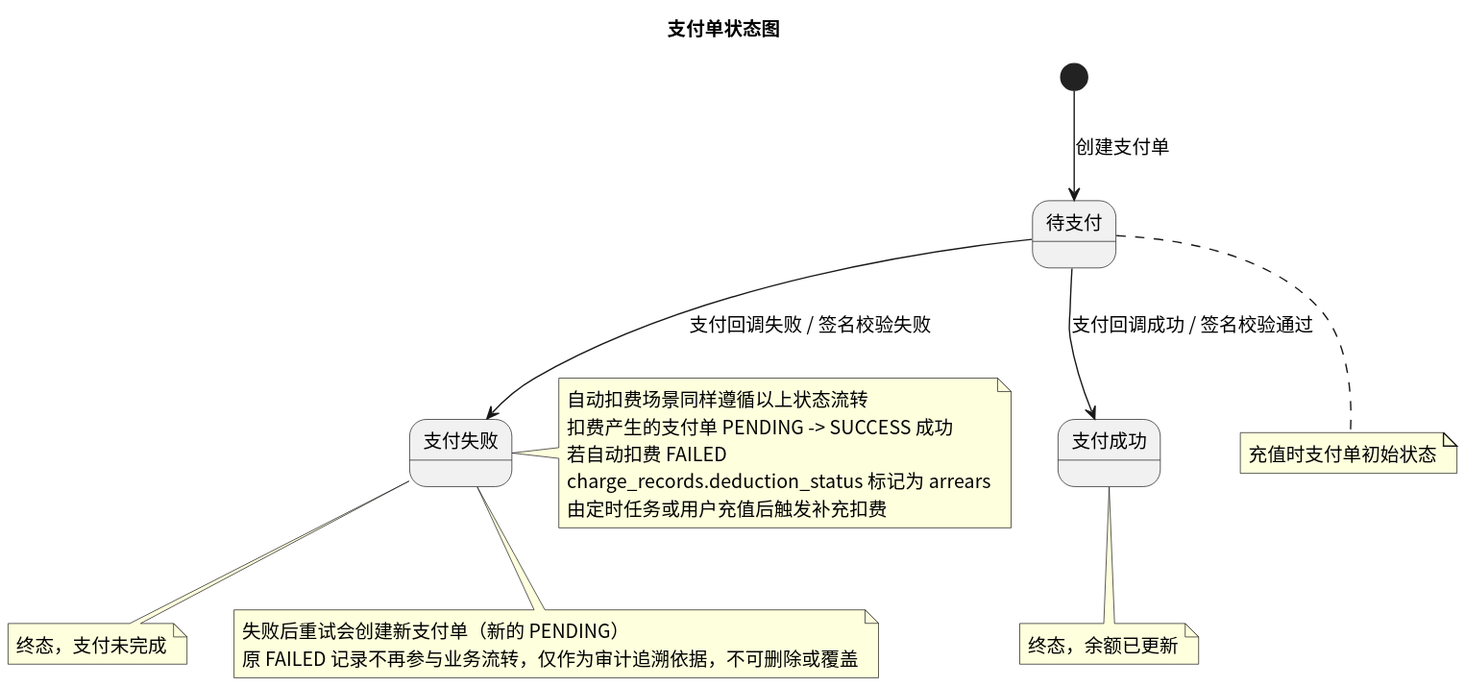
Earlier version of the PlantUML export status/img/state_payment.svg (greenhandzdl/charging-station-doc).
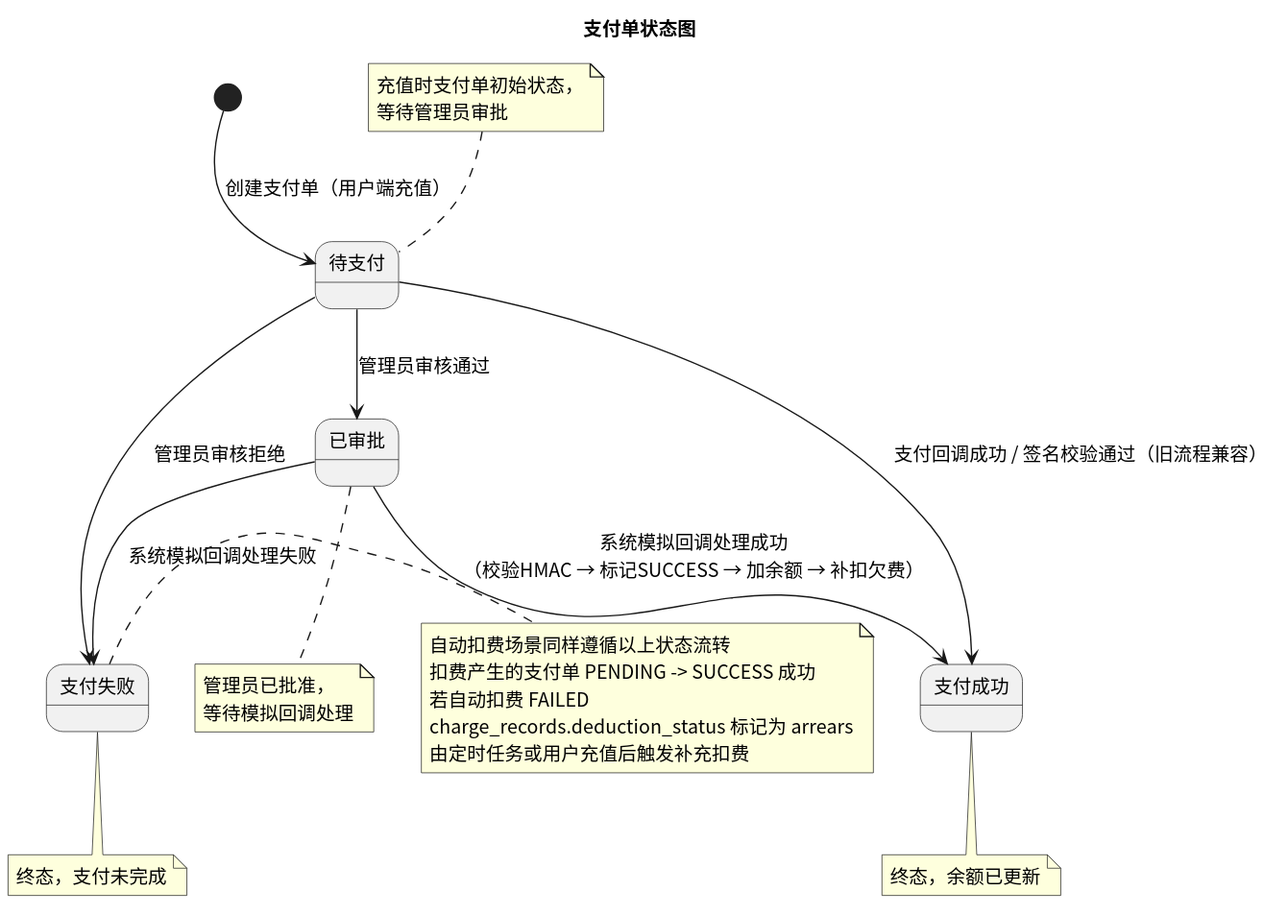
Above is the later version.

Change to the diagram source:
```diff
@@ -4,17 +4,21 @@
 title 支付单状态图
 
 state "待支付" as PENDING
+state "已审批" as APPROVED
 state "支付成功" as SUCCESS
 state "支付失败" as FAILED
 
-[*] --> PENDING : 创建支付单
-PENDING --> SUCCESS : 支付回调成功 / 签名校验通过
-PENDING --> FAILED : 支付回调失败 / 签名校验失败
+[*] --> PENDING : 创建支付单（用户端充值）
+PENDING --> APPROVED : 管理员审核通过
+PENDING --> FAILED : 管理员审核拒绝
+APPROVED --> SUCCESS : 系统模拟回调处理成功\n（校验HMAC → 标记SUCCESS → 加余额 → 补扣欠费）
+APPROVED --> FAILED : 系统模拟回调处理失败
+PENDING --> SUCCESS : 支付回调成功 / 签名校验通过（旧流程兼容）
 
-note bottom of PENDING : 充值时支付单初始状态
+note top of PENDING : 充值时支付单初始状态，\n等待管理员审批
+note bottom of APPROVED : 管理员已批准，\n等待模拟回调处理
 note bottom of SUCCESS : 终态，余额已更新
 note bottom of FAILED : 终态，支付未完成
-note bottom of FAILED : 失败后重试会创建新支付单（新的 PENDING）\n原 FAILED 记录不再参与业务流转，仅作为审计追溯依据，不可删除或覆盖
 
 note right of FAILED : 自动扣费场景同样遵循以上状态流转\n扣费产生的支付单 PENDING -> SUCCESS 成功\n若自动扣费 FAILED\ncharge_records.deduction_status 标记为 arrears\n由定时任务或用户充值后触发补充扣费
 @enduml
```
